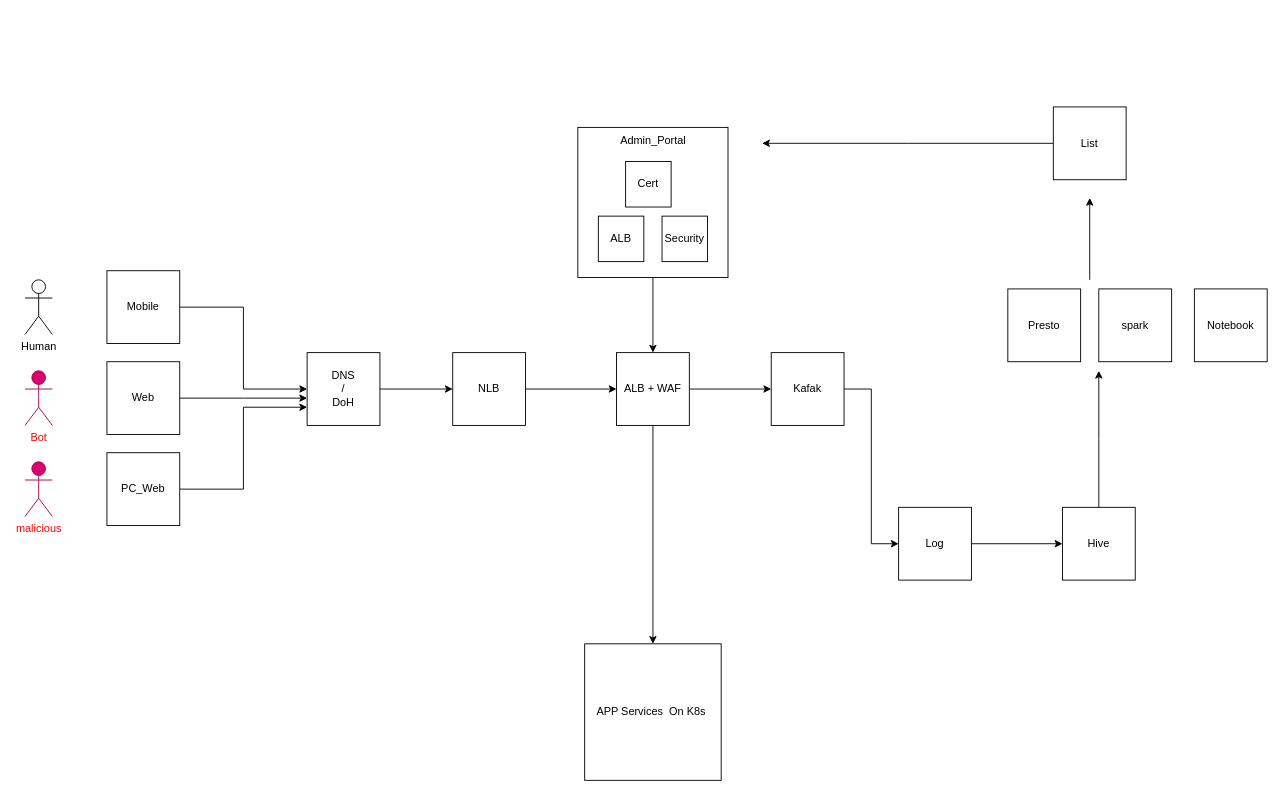
The draw.io diagram gateway/security-gateway.drawio in airdb/drawio, before the edit. Source tidied: cells renumbered, new cells numbered last; positions are measured from the earlier drawing's top-left corner, leaving out a move shared by most shapes. Both pictures are drawn from the tidied source at 91%, with x=0, y=0 at pixel (25, 106).
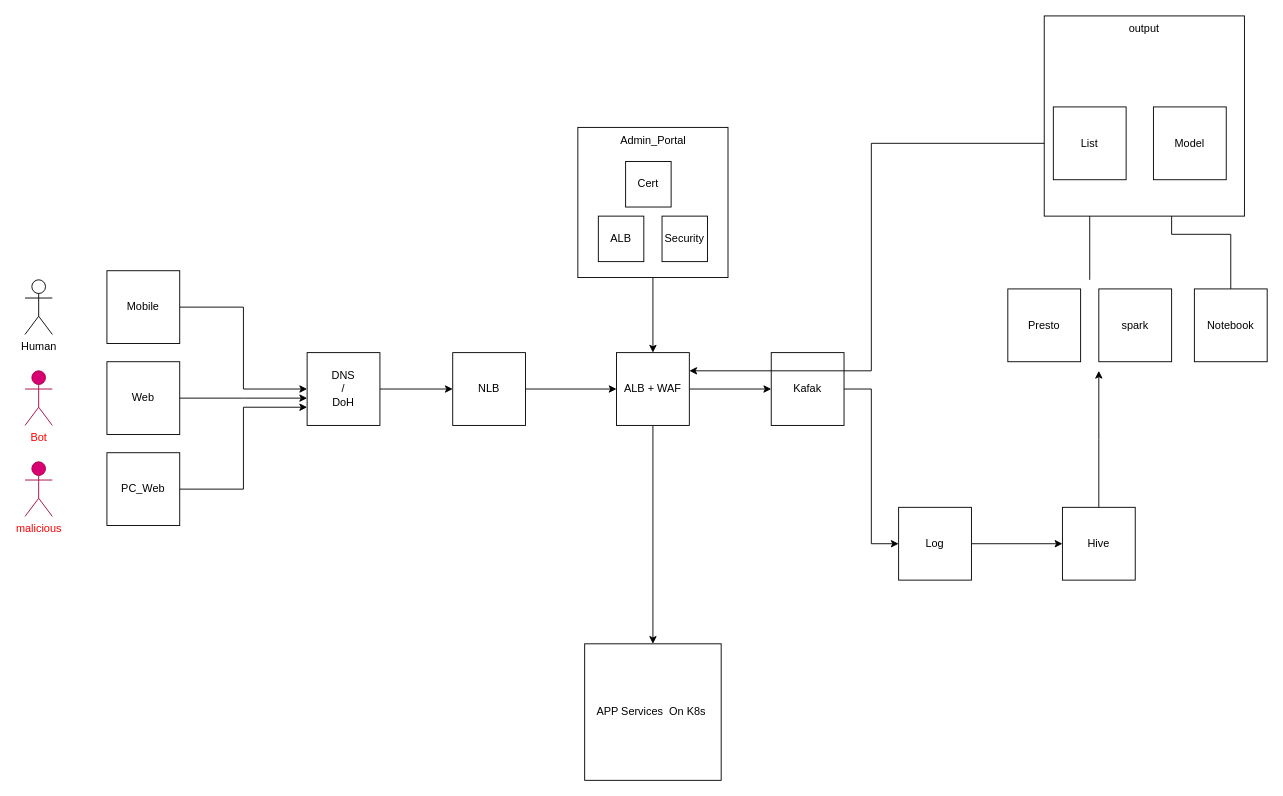
The same page after the edit.

The change refers to these unchanged cells:
```xml
<mxCell id="12" value="ALB + WAF" style="whiteSpace=wrap;html=1;" parent="1" vertex="1">
  <mxGeometry x="650" y="270" width="80" height="80" as="geometry" />
</mxCell>
<mxCell id="33" value="Notebook" style="whiteSpace=wrap;html=1;" parent="1" vertex="1">
  <mxGeometry x="1285" y="200" width="80" height="80" as="geometry" />
</mxCell>
<mxCell id="35" value="List" style="whiteSpace=wrap;html=1;" parent="1" vertex="1">
  <mxGeometry x="1130" width="80" height="80" as="geometry" />
</mxCell>
```

What changed in the source:
```diff
@@
+    <mxCell id="36" style="edgeStyle=orthogonalEdgeStyle;rounded=0;jettySize=auto;html=1;exitX=0.5;exitY=0;exitDx=0;exitDy=0;entryX=0.25;entryY=1;entryDx=0;entryDy=0;" parent="1" edge="1" source="33" target="38">
+      <mxGeometry relative="1" as="geometry" />
+    </mxCell>
@@
-    <mxCell id="34" style="edgeStyle=orthogonalEdgeStyle;rounded=0;jettySize=auto;html=1;exitX=0;exitY=0.5;exitDx=0;exitDy=0;" parent="1" edge="1" source="35">
-      <mxGeometry relative="1" as="geometry">
-        <mxPoint x="810" y="40" as="targetPoint" />
-      </mxGeometry>
+    <mxCell id="34" style="edgeStyle=orthogonalEdgeStyle;rounded=0;jettySize=auto;html=1;exitX=0;exitY=0.5;exitDx=0;exitDy=0;entryX=1;entryY=0.25;entryDx=0;entryDy=0;" parent="1" edge="1" source="35" target="12">
+      <mxGeometry relative="1" as="geometry" />
     </mxCell>
+    <mxCell id="37" value="output" style="whiteSpace=wrap;html=1;verticalAlign=top;" parent="1" vertex="1">
+      <mxGeometry x="1120" y="-100" width="220" height="220" as="geometry" />
+    </mxCell>
@@
+    <mxCell id="38" value="Model" style="whiteSpace=wrap;html=1;" parent="1" vertex="1">
+      <mxGeometry x="1240" width="80" height="80" as="geometry" />
+    </mxCell>
```
